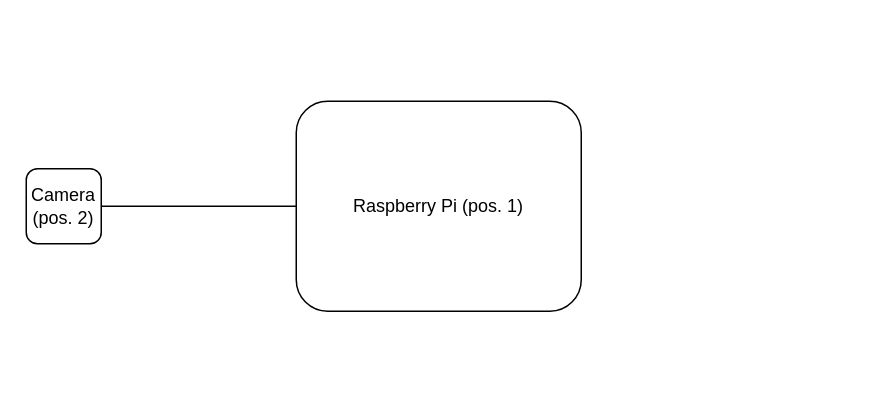
This is report/figures/schematics/blockComplete.drawio from torsteml/TTT4280, a draw.io file, before an edit. Source tidied: cells renumbered, new cells numbered last; positions are measured from the earlier drawing's top-left corner, leaving out a move shared by most shapes. Both pictures are drawn from the tidied source at 150%, with x=0, y=0 at pixel (26, 100).
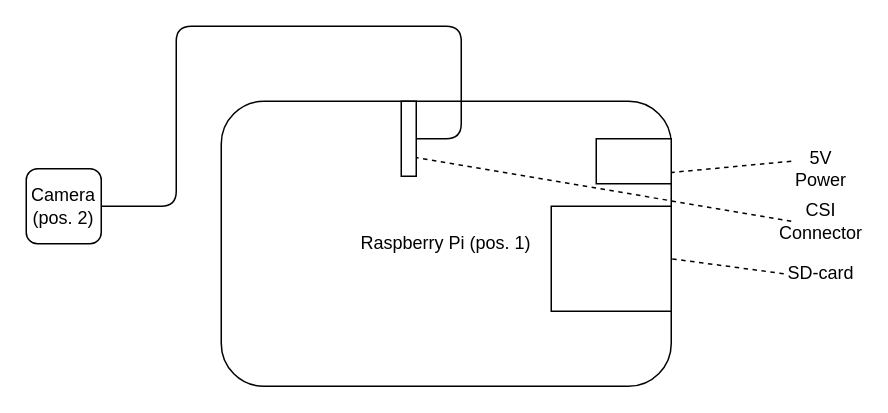
The same diagram, later.

What changed in the source:
```diff
@@
 <mxGraphModel background="#ffffff">
   <root>
     <mxCell id="0" />
     <mxCell id="1" parent="0" />
     <mxCell id="2" value="Raspberry Pi (pos. 1)" style="rounded=1;whiteSpace=wrap;html=1;" parent="1" vertex="1">
-      <mxGeometry x="180" width="190" height="140" as="geometry" />
+      <mxGeometry x="130" width="300" height="190" as="geometry" />
     </mxCell>
     <mxCell id="3" value="Camera (pos. 2)" style="rounded=1;whiteSpace=wrap;html=1;" parent="1" vertex="1">
       <mxGeometry y="45" width="50" height="50" as="geometry" />
     </mxCell>
-    <mxCell id="4" style="endArrow=none;html=1;entryX=0;entryY=0.5;entryDx=0;entryDy=0;exitX=1;exitY=0.5;exitDx=0;exitDy=0;" parent="1" edge="1" source="3" target="2">
-      <mxGeometry relative="1" as="geometry" />
+    <mxCell id="4" style="endArrow=none;html=1;exitX=1;exitY=0.5;exitDx=0;exitDy=0;entryX=0.5;entryY=0;entryDx=0;entryDy=0;" parent="1" edge="1" source="3" target="5">
+      <mxGeometry relative="1" as="geometry">
+        <Array as="points">
+          <mxPoint x="100" y="70" />
+          <mxPoint x="100" y="-50" />
+          <mxPoint x="290" y="-50" />
+          <mxPoint x="290" y="25" />
+        </Array>
+      </mxGeometry>
     </mxCell>
+    <mxCell id="5" style="rounded=0;whiteSpace=wrap;html=1;direction=south;" parent="1" vertex="1">
+      <mxGeometry x="250" width="10" height="50" as="geometry" />
+    </mxCell>
+    <mxCell id="6" style="rounded=0;whiteSpace=wrap;html=1;" parent="1" vertex="1">
+      <mxGeometry x="380" y="25" width="50" height="30" as="geometry" />
+    </mxCell>
+    <mxCell id="7" style="rounded=0;whiteSpace=wrap;html=1;" parent="1" vertex="1">
+      <mxGeometry x="350" y="70" width="80" height="70" as="geometry" />
+    </mxCell>
+    <mxCell id="8" style="edgeStyle=none;rounded=0;jettySize=auto;html=1;exitX=0;exitY=0.5;exitDx=0;exitDy=0;entryX=0.75;entryY=0;entryDx=0;entryDy=0;dashed=1;endArrow=none;endFill=0;" parent="1" edge="1" source="9" target="5">
+      <mxGeometry relative="1" as="geometry" />
+    </mxCell>
+    <mxCell id="9" value="CSI Connector" style="text;html=1;strokeColor=none;fillColor=none;align=center;verticalAlign=middle;whiteSpace=wrap;rounded=0;" parent="1" vertex="1">
+      <mxGeometry x="510" y="70" width="40" height="20" as="geometry" />
+    </mxCell>
+    <mxCell id="10" style="edgeStyle=none;rounded=0;jettySize=auto;html=1;exitX=0;exitY=0.25;exitDx=0;exitDy=0;entryX=1;entryY=0.25;entryDx=0;entryDy=0;dashed=1;endArrow=none;endFill=0;" parent="1" edge="1" source="11" target="2">
+      <mxGeometry relative="1" as="geometry" />
+    </mxCell>
+    <mxCell id="11" value="5V Power&lt;br&gt;" style="text;html=1;strokeColor=none;fillColor=none;align=center;verticalAlign=middle;whiteSpace=wrap;rounded=0;" parent="1" vertex="1">
+      <mxGeometry x="510" y="35" width="40" height="20" as="geometry" />
+    </mxCell>
+    <mxCell id="12" style="edgeStyle=none;rounded=0;jettySize=auto;html=1;exitX=0;exitY=0.5;exitDx=0;exitDy=0;entryX=1;entryY=0.5;entryDx=0;entryDy=0;dashed=1;endArrow=none;endFill=0;" parent="1" edge="1" source="13" target="7">
+      <mxGeometry relative="1" as="geometry" />
+    </mxCell>
+    <mxCell id="13" value="SD-card" style="text;html=1;strokeColor=none;fillColor=none;align=center;verticalAlign=middle;whiteSpace=wrap;rounded=0;" parent="1" vertex="1">
+      <mxGeometry x="505" y="105" width="50" height="20" as="geometry" />
+    </mxCell>
   </root>
 </mxGraphModel>
```
